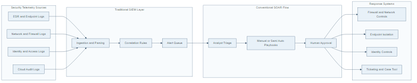
Above: ThesisDraft/Figures/Diagrams/SIEM_Traditional_SOAR.png in Moe-Ara/MThesis (Mermaid), before the change. Its source is kept beside it as documentation/Docs/mermaid/SIEM_Traditional_SOAR.mmd.
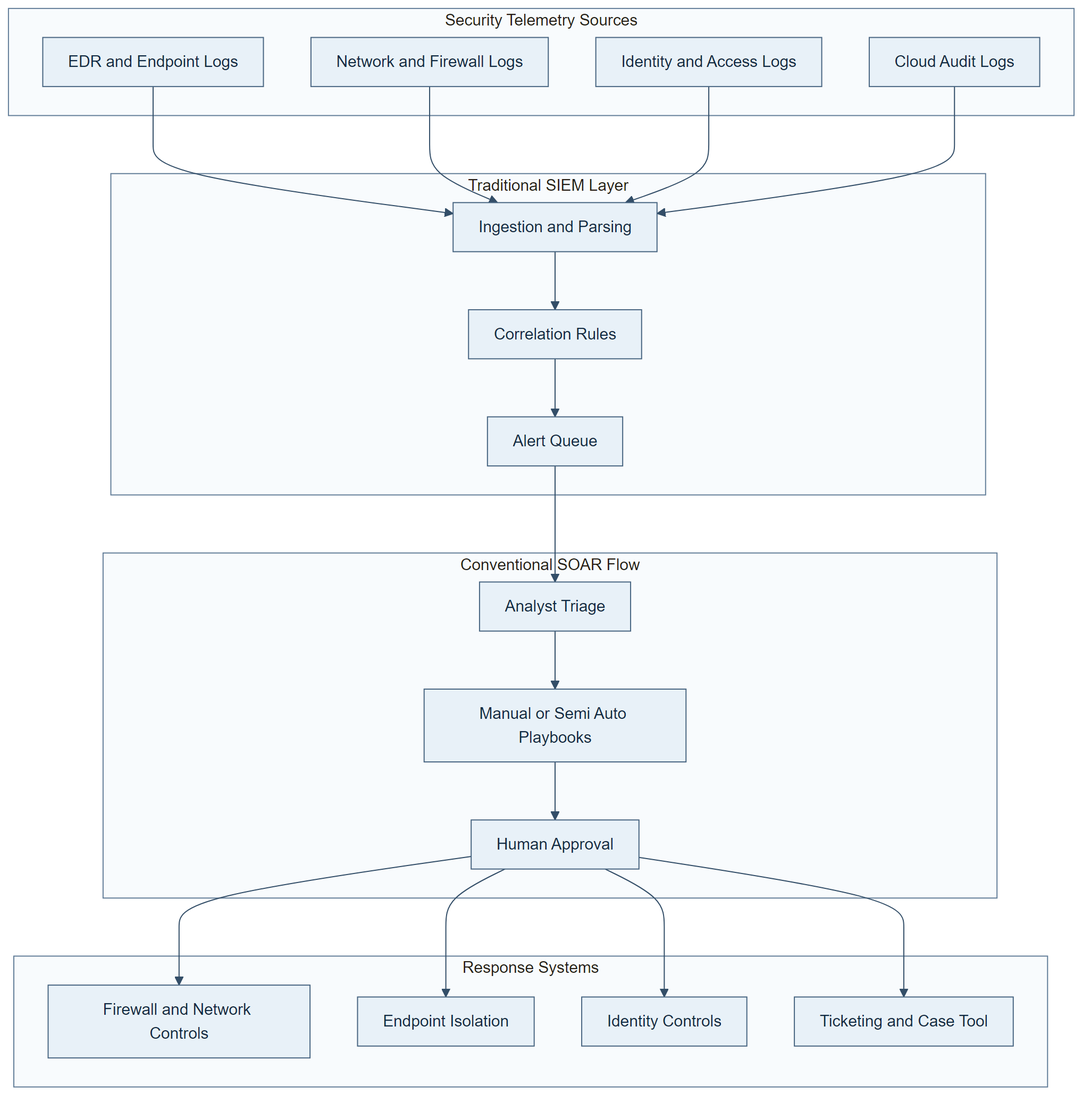
After the commit.

Change to the diagram source:
```diff
@@ -1,4 +1,4 @@
-flowchart LR
+flowchart TB
   subgraph Sources[Security Telemetry Sources]
     EDR[EDR and Endpoint Logs]
     NET[Network and Firewall Logs]
```
